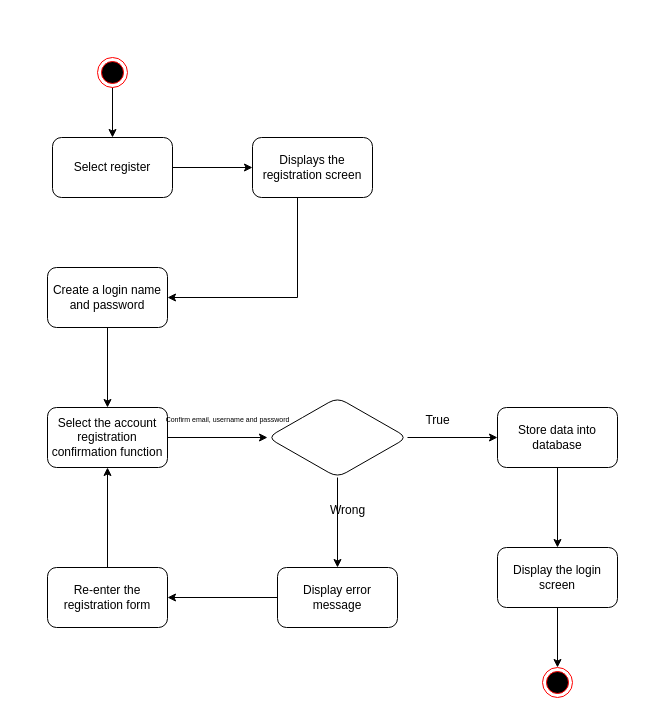
Earlier version of the draw.io diagram page "activit đăng ký" (6 of 33) of Biểu đồ không có tiêu đề.drawio (anhduy7723/api_auth). Source tidied: cells renumbered, new cells numbered last; positions are measured from the earlier drawing's top-left corner, leaving out a move shared by most shapes. Both pictures are drawn from the tidied source at 100%, with x=0, y=0 at pixel (47, 57).
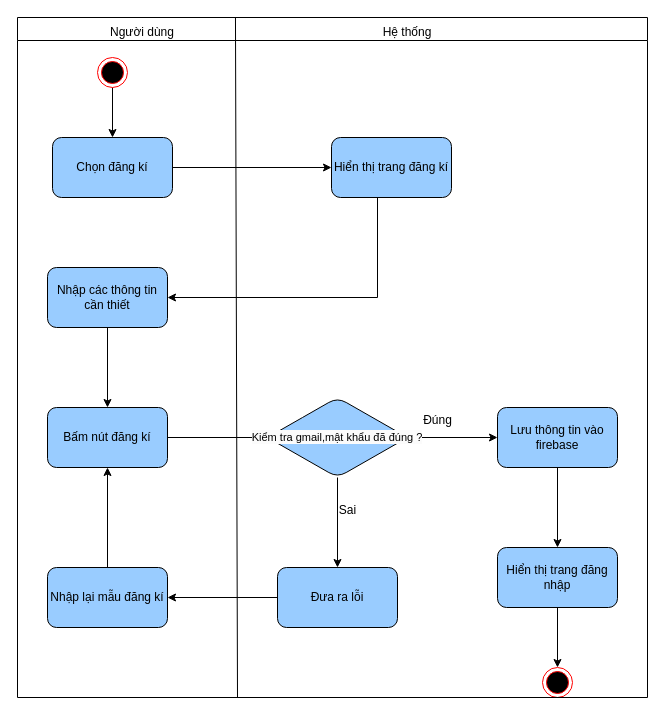
After the change.

The edit, as a diff of the source:
```diff
@@
-    <mxCell id="5" value="Select register" style="rounded=1;whiteSpace=wrap;html=1;" parent="1" vertex="1">
+    <mxCell id="5" value="Chọn đăng kí" style="rounded=1;whiteSpace=wrap;html=1;fillColor=#99CCFF;" parent="1" vertex="1">
       <mxGeometry x="5" y="80" width="120" height="60" as="geometry" />
     </mxCell>
     <mxCell id="6" style="edgeStyle=orthogonalEdgeStyle;rounded=0;jettySize=auto;html=1;" parent="1" edge="1" source="7" target="9">
       <mxGeometry relative="1" as="geometry">
         <Array as="points">
-          <mxPoint x="250" y="240" />
+          <mxPoint x="330" y="240" />
         </Array>
       </mxGeometry>
     </mxCell>
-    <mxCell id="7" value="Displays the registration screen" style="rounded=1;whiteSpace=wrap;html=1;" parent="1" vertex="1">
-      <mxGeometry x="205" y="80" width="120" height="60" as="geometry" />
-    </mxCell>
@@
-    <mxCell id="9" value="Create a login name and password" style="rounded=1;whiteSpace=wrap;html=1;" parent="1" vertex="1">
+    <mxCell id="9" value="Nhập các thông tin cần thiết" style="rounded=1;whiteSpace=wrap;html=1;fillColor=#99CCFF;" parent="1" vertex="1">
       <mxGeometry y="210" width="120" height="60" as="geometry" />
     </mxCell>
@@
-    <mxCell id="11" value="Select the account registration confirmation function" style="rounded=1;whiteSpace=wrap;html=1;" parent="1" vertex="1">
+    <mxCell id="11" value="Bấm nút đăng kí" style="rounded=1;whiteSpace=wrap;html=1;fillColor=#99CCFF;" parent="1" vertex="1">
       <mxGeometry y="350" width="120" height="60" as="geometry" />
     </mxCell>
@@
-    <mxCell id="14" style="rhombus;whiteSpace=wrap;html=1;rounded=1;" parent="1" vertex="1">
+    <mxCell id="14" value="&lt;span style=&quot;color: rgb(0, 0, 0); font-family: Helvetica; font-style: normal; font-variant-ligatures: normal; font-variant-caps: normal; font-weight: 400; letter-spacing: normal; orphans: 2; text-align: center; text-indent: 0px; text-transform: none; widows: 2; word-spacing: 0px; -webkit-text-stroke-width: 0px; white-space: nowrap; background-color: rgb(251, 251, 251); text-decoration-thickness: initial; text-decoration-style: initial; text-decoration-color: initial; float: none; display: inline !important;&quot;&gt;&lt;font style=&quot;font-size: 11px;&quot;&gt;Kiểm tra gmail,mật khẩu đã đúng ?&lt;/font&gt;&lt;/span&gt;" style="rhombus;whiteSpace=wrap;html=1;rounded=1;fillColor=#99CCFF;" parent="1" vertex="1">
       <mxGeometry x="220" y="340" width="140" height="80" as="geometry" />
     </mxCell>
@@
-    <mxCell id="16" value="Display error message" style="whiteSpace=wrap;html=1;rounded=1;" parent="1" vertex="1">
+    <mxCell id="16" value="Đưa ra lỗi" style="whiteSpace=wrap;html=1;rounded=1;fillColor=#99CCFF;" parent="1" vertex="1">
       <mxGeometry x="230" y="510" width="120" height="60" as="geometry" />
     </mxCell>
@@
-    <mxCell id="18" value="Store data into database" style="whiteSpace=wrap;html=1;rounded=1;" parent="1" vertex="1">
+    <mxCell id="18" value="Lưu thông tin vào firebase" style="whiteSpace=wrap;html=1;rounded=1;fillColor=#99CCFF;" parent="1" vertex="1">
       <mxGeometry x="450" y="350" width="120" height="60" as="geometry" />
     </mxCell>
-    <mxCell id="19" value="True" style="text;html=1;align=center;verticalAlign=middle;strokeColor=none;fillColor=none;" parent="1" vertex="1">
+    <mxCell id="19" value="Đúng" style="text;html=1;align=center;verticalAlign=middle;strokeColor=none;fillColor=none;" parent="1" vertex="1">
       <mxGeometry x="365" y="348" width="50" height="30" as="geometry" />
     </mxCell>
-    <mxCell id="20" value="Wrong" style="text;html=1;align=center;verticalAlign=middle;strokeColor=none;fillColor=none;" parent="1" vertex="1">
-      <mxGeometry x="270" y="438" width="60" height="30" as="geometry" />
+    <mxCell id="20" value="Sai" style="text;html=1;align=center;verticalAlign=middle;strokeColor=none;fillColor=none;" parent="1" vertex="1">
+      <mxGeometry x="280" y="438" width="40" height="30" as="geometry" />
     </mxCell>
@@
-    <mxCell id="22" value="Display the login screen" style="whiteSpace=wrap;html=1;rounded=1;" parent="1" vertex="1">
+    <mxCell id="22" value="Hiển thị trang đăng nhập" style="whiteSpace=wrap;html=1;rounded=1;fillColor=#99CCFF;" parent="1" vertex="1">
       <mxGeometry x="450" y="490" width="120" height="60" as="geometry" />
     </mxCell>
@@
-    <mxCell id="25" value="Re-enter the registration form" style="whiteSpace=wrap;html=1;rounded=1;" parent="1" vertex="1">
+    <mxCell id="25" value="Nhập lại mẫu đăng kí" style="whiteSpace=wrap;html=1;rounded=1;fillColor=#99CCFF;" parent="1" vertex="1">
       <mxGeometry y="510" width="120" height="60" as="geometry" />
     </mxCell>
-    <mxCell id="26" value="Confirm email, username and password" style="text;html=1;align=center;verticalAlign=middle;strokeColor=none;fillColor=none;fontSize=7;" parent="1" vertex="1">
-      <mxGeometry x="105" y="353" width="150" height="20" as="geometry" />
-    </mxCell>
+    <mxCell id="27" style="swimlane;" parent="1" vertex="1">
+      <mxGeometry x="-30" y="-40" width="630" height="680" as="geometry" />
+    </mxCell>
+    <mxCell id="7" value="Hiển thị trang đăng kí" style="rounded=1;whiteSpace=wrap;html=1;fillColor=#99CCFF;" parent="27" vertex="1">
+      <mxGeometry x="314" y="120" width="120" height="60" as="geometry" />
+    </mxCell>
+    <mxCell id="28" value="Người dùng" style="text;html=1;align=center;verticalAlign=middle;whiteSpace=wrap;rounded=0;" parent="27" vertex="1">
+      <mxGeometry x="70" width="110" height="30" as="geometry" />
+    </mxCell>
+    <mxCell id="29" value="Hệ thống" style="text;html=1;align=center;verticalAlign=middle;whiteSpace=wrap;rounded=0;" parent="27" vertex="1">
+      <mxGeometry x="360" width="60" height="30" as="geometry" />
+    </mxCell>
+    <mxCell id="30" style="endArrow=none;html=1;rounded=0;entryX=0.346;entryY=0;entryDx=0;entryDy=0;entryPerimeter=0;" parent="1" edge="1" target="27">
+      <mxGeometry relative="1" as="geometry">
+        <mxPoint x="190" y="640" as="sourcePoint" />
+      </mxGeometry>
+    </mxCell>
```
